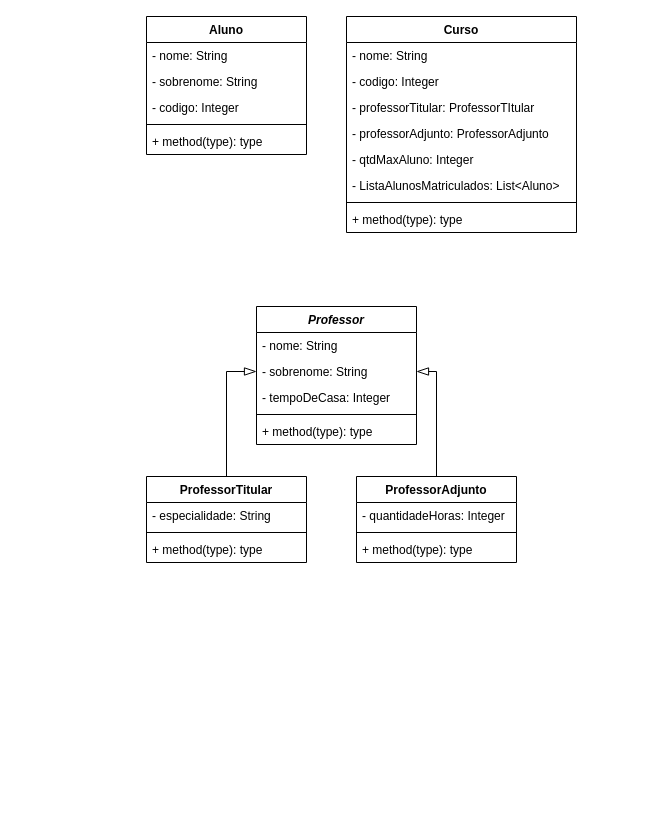
Above: DesafioPOO-UML.drawio in diogenesistemas/DesafioPOO (draw.io), before the change. Source tidied: cells renumbered, new cells numbered last; positions are measured from the earlier drawing's top-left corner, leaving out a move shared by most shapes. Both pictures are drawn from the tidied source at 100%, with x=0, y=0 at pixel (146, 16).
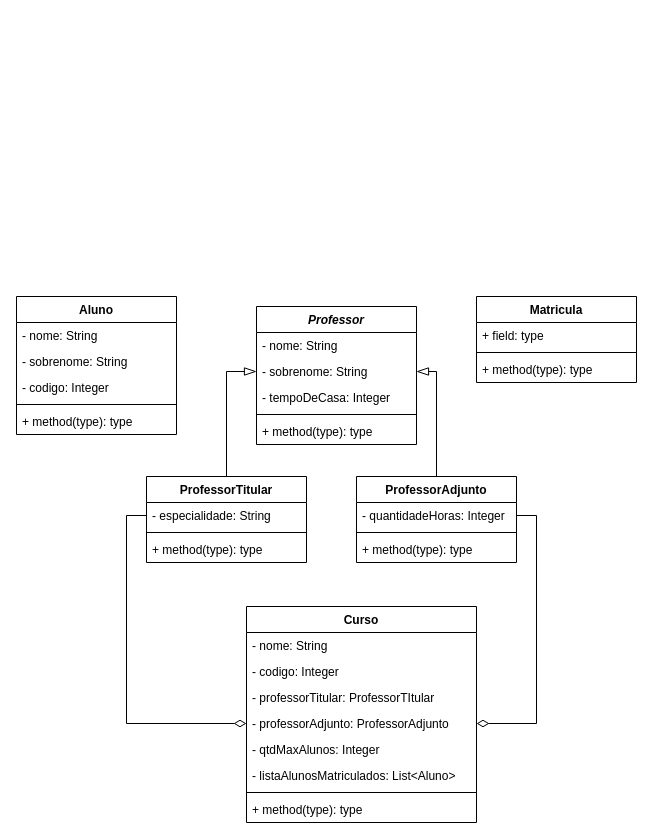
After the change.

Commit message:
Atualizando Diagrama UML - Classe Curso

Unchanged cells that the change refers to:
```xml
<mxCell id="12" value="- professorAdjunto: ProfessorAdjunto" style="text;strokeColor=none;fillColor=none;align=left;verticalAlign=top;spacingLeft=4;spacingRight=4;overflow=hidden;points=[[0,0.5],[1,0.5]];portConstraint=eastwest;" parent="8" vertex="1">
  <mxGeometry y="104" width="230" height="26" as="geometry" />
</mxCell>
<mxCell id="25" value="- especialidade: String" style="text;strokeColor=none;fillColor=none;align=left;verticalAlign=top;spacingLeft=4;spacingRight=4;overflow=hidden;points=[[0,0.5],[1,0.5]];portConstraint=eastwest;" parent="24" vertex="1">
  <mxGeometry y="26" width="160" height="26" as="geometry" />
</mxCell>
<mxCell id="30" value="- quantidadeHoras: Integer" style="text;strokeColor=none;fillColor=none;align=left;verticalAlign=top;spacingLeft=4;spacingRight=4;overflow=hidden;points=[[0,0.5],[1,0.5]];portConstraint=eastwest;" parent="29" vertex="1">
  <mxGeometry y="26" width="160" height="26" as="geometry" />
</mxCell>
```

Change to the diagram source:
```diff
@@
     <mxCell id="2" value="Aluno" style="swimlane;fontStyle=1;align=center;verticalAlign=top;horizontal=1;startSize=26;" parent="1" vertex="1">
-      <mxGeometry width="160" height="138" as="geometry" />
+      <mxGeometry x="-130" y="280" width="160" height="138" as="geometry" />
     </mxCell>
@@
     <mxCell id="8" value="Curso" style="swimlane;fontStyle=1;align=center;verticalAlign=top;horizontal=1;startSize=26;" parent="1" vertex="1">
-      <mxGeometry x="200" width="230" height="216" as="geometry" />
+      <mxGeometry x="100" y="590" width="230" height="216" as="geometry" />
     </mxCell>
@@
-    <mxCell id="13" value="- qtdMaxAluno: Integer" style="text;strokeColor=none;fillColor=none;align=left;verticalAlign=top;spacingLeft=4;spacingRight=4;overflow=hidden;" parent="8" vertex="1">
+    <mxCell id="13" value="- qtdMaxAlunos: Integer" style="text;strokeColor=none;fillColor=none;align=left;verticalAlign=top;spacingLeft=4;spacingRight=4;overflow=hidden;" parent="8" vertex="1">
       <mxGeometry y="130" width="230" height="26" as="geometry" />
     </mxCell>
-    <mxCell id="14" value="- ListaAlunosMatriculados: List&lt;Aluno&gt;" style="text;strokeColor=none;fillColor=none;align=left;verticalAlign=top;spacingLeft=4;spacingRight=4;overflow=hidden;" parent="8" vertex="1">
+    <mxCell id="14" value="- listaAlunosMatriculados: List&lt;Aluno&gt;" style="text;strokeColor=none;fillColor=none;align=left;verticalAlign=top;spacingLeft=4;spacingRight=4;overflow=hidden;" parent="8" vertex="1">
       <mxGeometry y="156" width="230" height="26" as="geometry" />
     </mxCell>
@@
+    <mxCell id="33" value="Matricula" style="swimlane;fontStyle=1;align=center;verticalAlign=top;horizontal=1;startSize=26;" parent="1" vertex="1">
+      <mxGeometry x="330" y="280" width="160" height="86" as="geometry" />
+    </mxCell>
+    <mxCell id="34" value="+ field: type" style="text;strokeColor=none;fillColor=none;align=left;verticalAlign=top;spacingLeft=4;spacingRight=4;overflow=hidden;" parent="33" vertex="1">
+      <mxGeometry y="26" width="160" height="26" as="geometry" />
+    </mxCell>
+    <mxCell id="35" style="line;strokeWidth=1;fillColor=none;align=left;verticalAlign=middle;spacingTop=-1;spacingLeft=3;spacingRight=3;labelPosition=right;" parent="33" vertex="1">
+      <mxGeometry y="52" width="160" height="8" as="geometry" />
+    </mxCell>
+    <mxCell id="36" value="+ method(type): type" style="text;strokeColor=none;fillColor=none;align=left;verticalAlign=top;spacingLeft=4;spacingRight=4;overflow=hidden;" parent="33" vertex="1">
+      <mxGeometry y="60" width="160" height="26" as="geometry" />
+    </mxCell>
+    <mxCell id="37" style="edgeStyle=orthogonalEdgeStyle;rounded=0;jumpSize=6;jettySize=auto;html=1;exitX=0;exitY=0.5;exitDx=0;exitDy=0;endArrow=diamondThin;endFill=0;endSize=10;strokeWidth=1;" parent="1" edge="1" source="25" target="12">
+      <mxGeometry relative="1" as="geometry" />
+    </mxCell>
+    <mxCell id="38" style="edgeStyle=orthogonalEdgeStyle;rounded=0;jumpSize=6;jettySize=auto;html=1;exitX=1;exitY=0.5;exitDx=0;exitDy=0;entryX=1;entryY=0.5;entryDx=0;entryDy=0;endArrow=diamondThin;endFill=0;endSize=10;strokeWidth=1;" parent="1" edge="1" source="30" target="12">
+      <mxGeometry relative="1" as="geometry" />
+    </mxCell>
```
